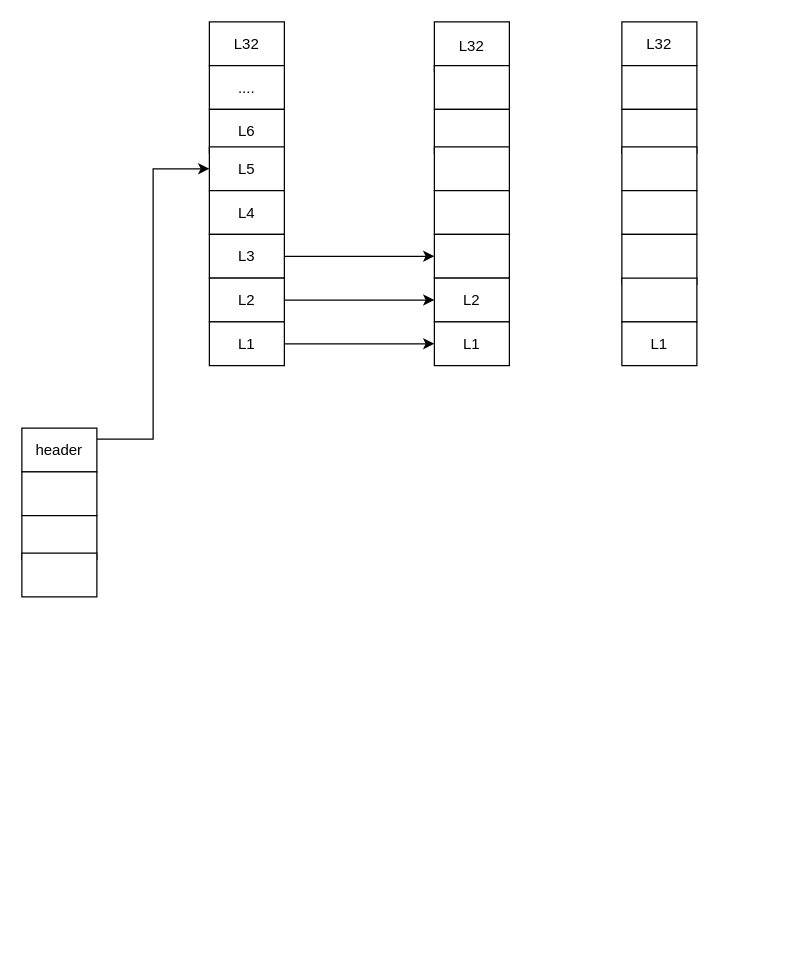
This is skiplist.drawio from ffashion/drawio, a draw.io file, before an edit. Source tidied: cells renumbered, new cells numbered last; positions are measured from the earlier drawing's top-left corner, leaving out a move shared by most shapes. Both pictures are drawn from the tidied source at 125%, with x=0, y=0 at pixel (21, 21).
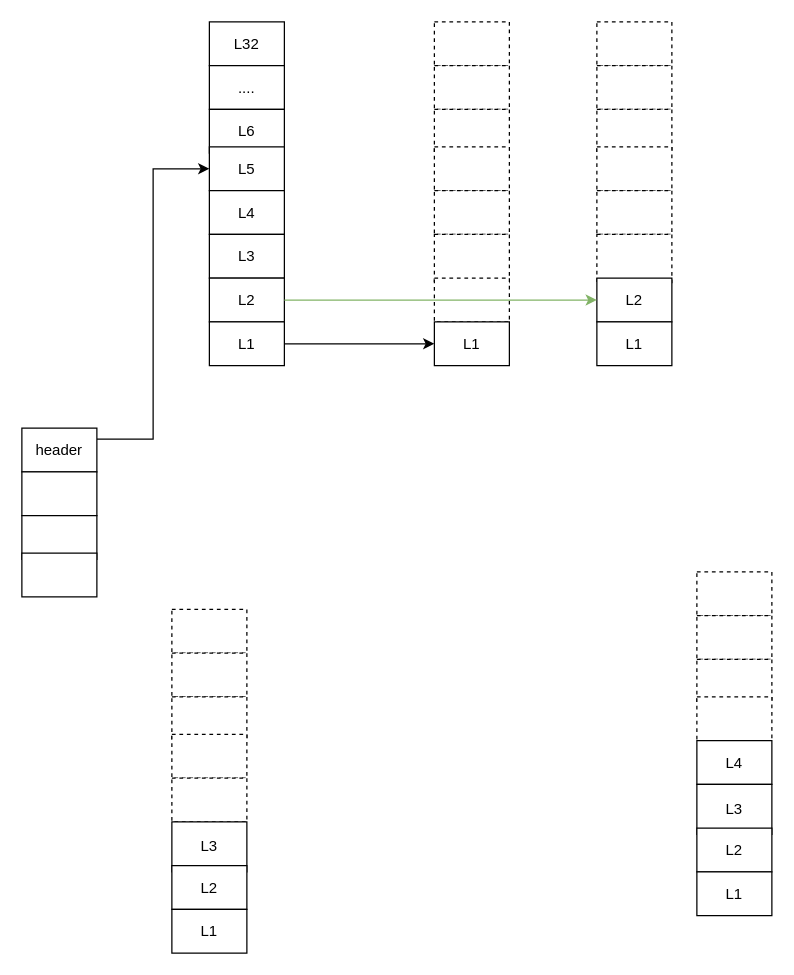
The same diagram, later.

Unchanged cells that the change refers to:
```xml
<mxCell id="13" value="L3" style="rounded=0;whiteSpace=wrap;html=1;" parent="1" vertex="1">
  <mxGeometry x="150" y="170" width="60" height="35" as="geometry" />
</mxCell>
<mxCell id="15" value="L2" style="rounded=0;whiteSpace=wrap;html=1;" parent="1" vertex="1">
  <mxGeometry x="150" y="205" width="60" height="35" as="geometry" />
</mxCell>
<mxCell id="17" value="L1" style="rounded=0;whiteSpace=wrap;html=1;" parent="1" vertex="1">
  <mxGeometry x="150" y="240" width="60" height="35" as="geometry" />
</mxCell>
```

The edit, as a diff of the source:
```diff
@@
-    <mxCell id="12" style="edgeStyle=orthogonalEdgeStyle;rounded=0;jettySize=auto;html=1;exitX=1;exitY=0.5;exitDx=0;exitDy=0;" parent="1" edge="1" source="13" target="23">
-      <mxGeometry relative="1" as="geometry" />
-    </mxCell>
@@
-    <mxCell id="14" style="edgeStyle=orthogonalEdgeStyle;rounded=0;jettySize=auto;html=1;exitX=1;exitY=0.5;exitDx=0;exitDy=0;" parent="1" edge="1" source="15" target="24">
-      <mxGeometry relative="1" as="geometry" />
-    </mxCell>
@@
-    <mxCell id="16" style="edgeStyle=orthogonalEdgeStyle;rounded=0;jettySize=auto;html=1;exitX=1;exitY=0.5;exitDx=0;exitDy=0;" parent="1" edge="1" source="17" target="25">
-      <mxGeometry relative="1" as="geometry" />
+    <mxCell id="16" style="edgeStyle=orthogonalEdgeStyle;rounded=0;jettySize=auto;html=1;exitX=1;exitY=0.5;exitDx=0;exitDy=0;" parent="1" edge="1" source="17">
+      <mxGeometry relative="1" as="geometry">
+        <mxPoint x="330" y="257.5" as="targetPoint" />
+      </mxGeometry>
     </mxCell>
@@
-    <mxCell id="18" value="L32" style="rounded=0;whiteSpace=wrap;html=1;" parent="1" vertex="1">
-      <mxGeometry x="330" width="60" height="40" as="geometry" />
-    </mxCell>
-    <mxCell id="19" style="rounded=0;whiteSpace=wrap;html=1;" parent="1" vertex="1">
-      <mxGeometry x="330" y="35" width="60" height="35" as="geometry" />
-    </mxCell>
-    <mxCell id="20" style="rounded=0;whiteSpace=wrap;html=1;" parent="1" vertex="1">
-      <mxGeometry x="330" y="70" width="60" height="35" as="geometry" />
-    </mxCell>
-    <mxCell id="21" style="rounded=0;whiteSpace=wrap;html=1;" parent="1" vertex="1">
-      <mxGeometry x="330" y="100" width="60" height="35" as="geometry" />
-    </mxCell>
-    <mxCell id="22" style="rounded=0;whiteSpace=wrap;html=1;" parent="1" vertex="1">
-      <mxGeometry x="330" y="135" width="60" height="35" as="geometry" />
-    </mxCell>
-    <mxCell id="23" style="rounded=0;whiteSpace=wrap;html=1;" parent="1" vertex="1">
-      <mxGeometry x="330" y="170" width="60" height="35" as="geometry" />
-    </mxCell>
-    <mxCell id="24" value="L2" style="rounded=0;whiteSpace=wrap;html=1;" parent="1" vertex="1">
-      <mxGeometry x="330" y="205" width="60" height="35" as="geometry" />
-    </mxCell>
-    <mxCell id="25" value="L1" style="rounded=0;whiteSpace=wrap;html=1;" parent="1" vertex="1">
-      <mxGeometry x="330" y="240" width="60" height="35" as="geometry" />
-    </mxCell>
-    <mxCell id="26" value="L32" style="rounded=0;whiteSpace=wrap;html=1;" parent="1" vertex="1">
-      <mxGeometry x="480" width="60" height="35" as="geometry" />
+    <mxCell id="26" style="rounded=0;whiteSpace=wrap;html=1;dashed=1;" parent="1" vertex="1">
+      <mxGeometry x="460" width="60" height="35" as="geometry" />
     </mxCell>
-    <mxCell id="27" style="rounded=0;whiteSpace=wrap;html=1;" parent="1" vertex="1">
-      <mxGeometry x="480" y="35" width="60" height="35" as="geometry" />
+    <mxCell id="27" style="rounded=0;whiteSpace=wrap;html=1;dashed=1;" parent="1" vertex="1">
+      <mxGeometry x="460" y="35" width="60" height="35" as="geometry" />
     </mxCell>
-    <mxCell id="28" style="rounded=0;whiteSpace=wrap;html=1;" parent="1" vertex="1">
-      <mxGeometry x="480" y="70" width="60" height="35" as="geometry" />
+    <mxCell id="28" style="rounded=0;whiteSpace=wrap;html=1;dashed=1;" parent="1" vertex="1">
+      <mxGeometry x="460" y="70" width="60" height="35" as="geometry" />
     </mxCell>
-    <mxCell id="29" style="rounded=0;whiteSpace=wrap;html=1;" parent="1" vertex="1">
-      <mxGeometry x="480" y="100" width="60" height="35" as="geometry" />
+    <mxCell id="29" style="rounded=0;whiteSpace=wrap;html=1;dashed=1;" parent="1" vertex="1">
+      <mxGeometry x="460" y="100" width="60" height="35" as="geometry" />
     </mxCell>
-    <mxCell id="30" style="rounded=0;whiteSpace=wrap;html=1;" parent="1" vertex="1">
-      <mxGeometry x="480" y="135" width="60" height="35" as="geometry" />
+    <mxCell id="30" style="rounded=0;whiteSpace=wrap;html=1;dashed=1;" parent="1" vertex="1">
+      <mxGeometry x="460" y="135" width="60" height="35" as="geometry" />
     </mxCell>
-    <mxCell id="31" style="rounded=0;whiteSpace=wrap;html=1;" parent="1" vertex="1">
-      <mxGeometry x="480" y="170" width="60" height="40" as="geometry" />
+    <mxCell id="31" style="rounded=0;whiteSpace=wrap;html=1;dashed=1;" parent="1" vertex="1">
+      <mxGeometry x="460" y="170" width="60" height="40" as="geometry" />
     </mxCell>
-    <mxCell id="32" style="rounded=0;whiteSpace=wrap;html=1;" parent="1" vertex="1">
-      <mxGeometry x="480" y="205" width="60" height="35" as="geometry" />
+    <mxCell id="32" value="L2" style="rounded=0;whiteSpace=wrap;html=1;labelBorderColor=none;labelBackgroundColor=none;" parent="1" vertex="1">
+      <mxGeometry x="460" y="205" width="60" height="35" as="geometry" />
     </mxCell>
     <mxCell id="33" value="L1" style="rounded=0;whiteSpace=wrap;html=1;" parent="1" vertex="1">
-      <mxGeometry x="480" y="240" width="60" height="35" as="geometry" />
+      <mxGeometry x="460" y="240" width="60" height="35" as="geometry" />
     </mxCell>
+    <mxCell id="34" style="rounded=0;whiteSpace=wrap;html=1;dashed=1;" parent="1" vertex="1">
+      <mxGeometry x="330" width="60" height="35" as="geometry" />
+    </mxCell>
+    <mxCell id="35" style="rounded=0;whiteSpace=wrap;html=1;dashed=1;" parent="1" vertex="1">
+      <mxGeometry x="330" y="35" width="60" height="35" as="geometry" />
+    </mxCell>
+    <mxCell id="36" style="rounded=0;whiteSpace=wrap;html=1;dashed=1;" parent="1" vertex="1">
+      <mxGeometry x="330" y="70" width="60" height="35" as="geometry" />
+    </mxCell>
+    <mxCell id="37" style="rounded=0;whiteSpace=wrap;html=1;dashed=1;" parent="1" vertex="1">
+      <mxGeometry x="330" y="100" width="60" height="35" as="geometry" />
+    </mxCell>
+    <mxCell id="38" style="rounded=0;whiteSpace=wrap;html=1;dashed=1;" parent="1" vertex="1">
+      <mxGeometry x="330" y="135" width="60" height="35" as="geometry" />
+    </mxCell>
+    <mxCell id="39" style="rounded=0;whiteSpace=wrap;html=1;dashed=1;" parent="1" vertex="1">
+      <mxGeometry x="330" y="170" width="60" height="40" as="geometry" />
+    </mxCell>
+    <mxCell id="40" style="rounded=0;whiteSpace=wrap;html=1;labelBorderColor=none;labelBackgroundColor=none;dashed=1;" parent="1" vertex="1">
+      <mxGeometry x="330" y="205" width="60" height="35" as="geometry" />
+    </mxCell>
+    <mxCell id="25" value="L1" style="rounded=0;whiteSpace=wrap;html=1;" parent="1" vertex="1">
+      <mxGeometry x="330" y="240" width="60" height="35" as="geometry" />
+    </mxCell>
+    <mxCell id="41" style="rounded=0;whiteSpace=wrap;html=1;dashed=1;" parent="1" vertex="1">
+      <mxGeometry x="120" y="470" width="60" height="35" as="geometry" />
+    </mxCell>
+    <mxCell id="42" style="rounded=0;whiteSpace=wrap;html=1;dashed=1;" parent="1" vertex="1">
+      <mxGeometry x="120" y="505" width="60" height="35" as="geometry" />
+    </mxCell>
+    <mxCell id="43" style="rounded=0;whiteSpace=wrap;html=1;dashed=1;" parent="1" vertex="1">
+      <mxGeometry x="120" y="540" width="60" height="35" as="geometry" />
+    </mxCell>
+    <mxCell id="44" style="rounded=0;whiteSpace=wrap;html=1;dashed=1;" parent="1" vertex="1">
+      <mxGeometry x="120" y="570" width="60" height="35" as="geometry" />
+    </mxCell>
+    <mxCell id="45" style="rounded=0;whiteSpace=wrap;html=1;dashed=1;" parent="1" vertex="1">
+      <mxGeometry x="120" y="605" width="60" height="35" as="geometry" />
+    </mxCell>
+    <mxCell id="46" value="L3" style="rounded=0;whiteSpace=wrap;html=1;" parent="1" vertex="1">
+      <mxGeometry x="120" y="640" width="60" height="40" as="geometry" />
+    </mxCell>
+    <mxCell id="47" value="L2" style="rounded=0;whiteSpace=wrap;html=1;labelBorderColor=none;labelBackgroundColor=none;" parent="1" vertex="1">
+      <mxGeometry x="120" y="675" width="60" height="35" as="geometry" />
+    </mxCell>
+    <mxCell id="48" value="L1" style="rounded=0;whiteSpace=wrap;html=1;" parent="1" vertex="1">
+      <mxGeometry x="120" y="710" width="60" height="35" as="geometry" />
+    </mxCell>
+    <mxCell id="49" style="rounded=0;whiteSpace=wrap;html=1;dashed=1;" parent="1" vertex="1">
+      <mxGeometry x="540" y="440" width="60" height="35" as="geometry" />
+    </mxCell>
+    <mxCell id="50" style="rounded=0;whiteSpace=wrap;html=1;dashed=1;" parent="1" vertex="1">
+      <mxGeometry x="540" y="475" width="60" height="35" as="geometry" />
+    </mxCell>
+    <mxCell id="51" style="rounded=0;whiteSpace=wrap;html=1;dashed=1;" parent="1" vertex="1">
+      <mxGeometry x="540" y="510" width="60" height="35" as="geometry" />
+    </mxCell>
+    <mxCell id="52" style="rounded=0;whiteSpace=wrap;html=1;dashed=1;" parent="1" vertex="1">
+      <mxGeometry x="540" y="540" width="60" height="35" as="geometry" />
+    </mxCell>
+    <mxCell id="53" value="L4" style="rounded=0;whiteSpace=wrap;html=1;" parent="1" vertex="1">
+      <mxGeometry x="540" y="575" width="60" height="35" as="geometry" />
+    </mxCell>
+    <mxCell id="54" value="L3" style="rounded=0;whiteSpace=wrap;html=1;" parent="1" vertex="1">
+      <mxGeometry x="540" y="610" width="60" height="40" as="geometry" />
+    </mxCell>
+    <mxCell id="55" value="L2" style="rounded=0;whiteSpace=wrap;html=1;labelBorderColor=none;labelBackgroundColor=none;" parent="1" vertex="1">
+      <mxGeometry x="540" y="645" width="60" height="35" as="geometry" />
+    </mxCell>
+    <mxCell id="56" value="L1" style="rounded=0;whiteSpace=wrap;html=1;" parent="1" vertex="1">
+      <mxGeometry x="540" y="680" width="60" height="35" as="geometry" />
+    </mxCell>
+    <mxCell id="57" style="edgeStyle=orthogonalEdgeStyle;rounded=0;jettySize=auto;html=1;exitX=1;exitY=0.5;exitDx=0;exitDy=0;entryX=0;entryY=0.5;entryDx=0;entryDy=0;fillColor=#d5e8d4;strokeColor=#82b366;" parent="1" edge="1" source="15" target="32">
+      <mxGeometry relative="1" as="geometry" />
+    </mxCell>
```
